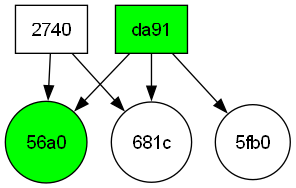
Above: IP-CW2/also_likes.png in ifra-mahmood24/Python-Projects (Graphviz), before the change. Its source is kept beside it as IP-CW2/also_likes.dot.
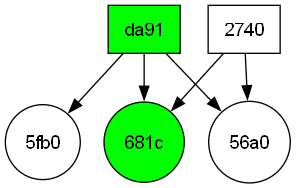
After the change.

What changed in the source:
```diff
@@ -1,14 +1,14 @@
 digraph AlsoLikes {
   rankdir=TB;
   node [fontname="Helvetica"];
-  "681c" [shape=circle, label="681c"];
   "5fb0" [shape=circle, label="5fb0"];
-  "56a0" [shape=circle, style=filled, fillcolor="green", label="56a0"];
+  "56a0" [shape=circle, label="56a0"];
+  "681c" [shape=circle, style=filled, fillcolor="green", label="681c"];
+  "da91" [shape=box, style=filled, fillcolor="green", label="da91"];
   "2740" [shape=box, label="2740"];
-  "da91" [shape=box, style=filled, fillcolor="green", label="da91"];
+  "da91" -> "681c";
+  "da91" -> "56a0";
   "da91" -> "5fb0";
   "2740" -> "681c";
-  "da91" -> "681c";
   "2740" -> "56a0";
-  "da91" -> "56a0";
 }
```
